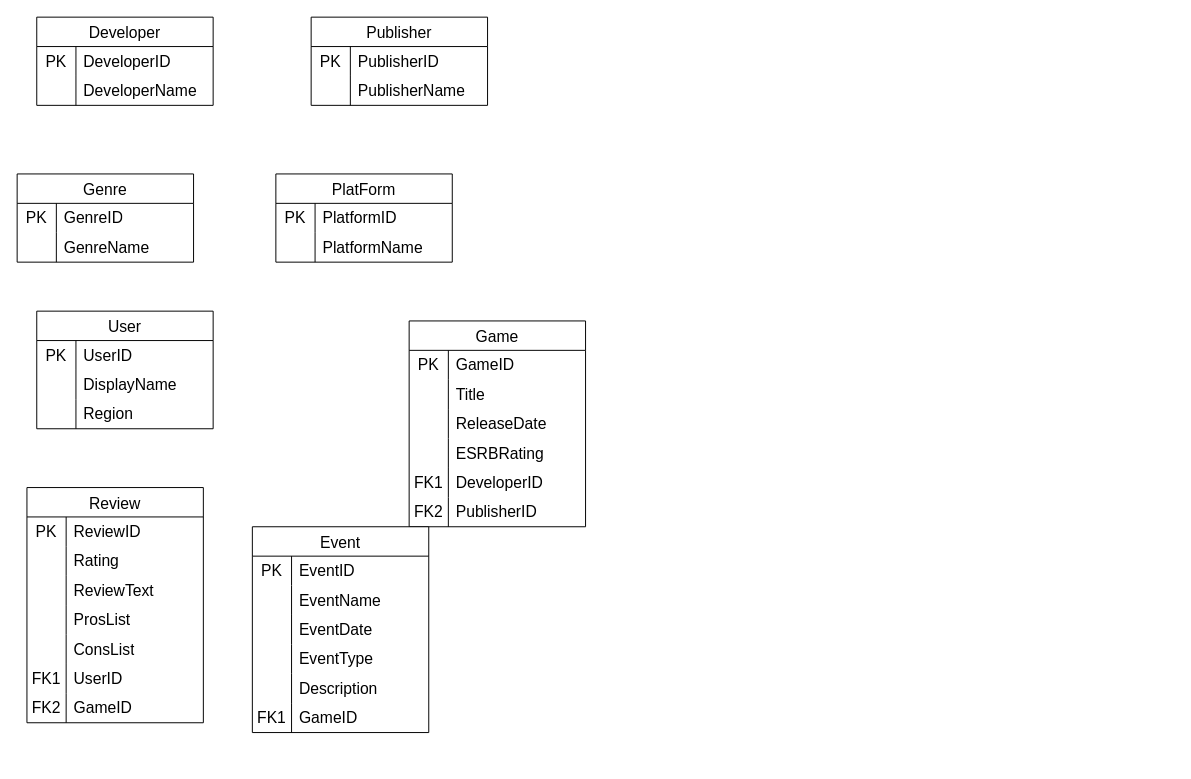
This is Untitled Diagram.drawio from nummy/top, a draw.io file, before an edit. Source tidied: cells renumbered, new cells numbered last; positions are measured from the earlier drawing's top-left corner, leaving out a move shared by most shapes. Both pictures are drawn from the tidied source at 98%, with x=0, y=0 at pixel (17, 17).
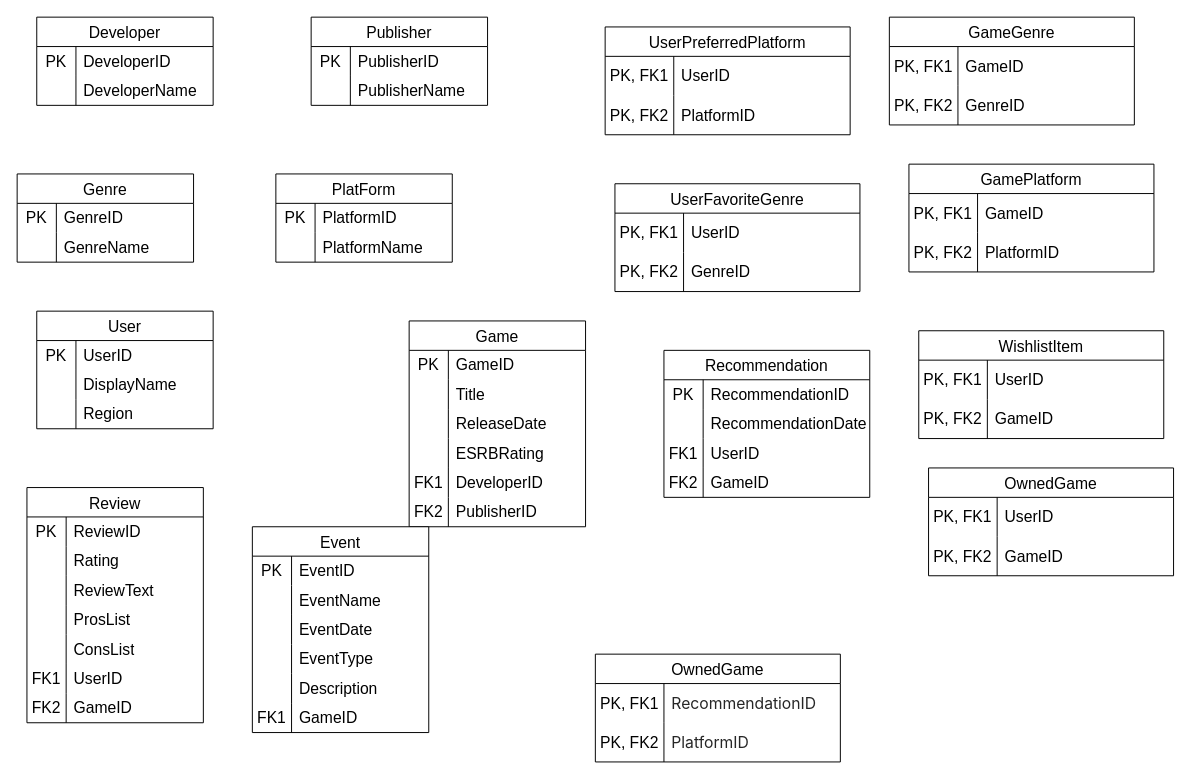
The same page after the edit.

Change to the diagram source:
```diff
@@
+    <mxCell id="101" value="Recommendation" style="shape=table;startSize=30;childLayout=tableLayout;rowLines=0;fontStyle=0;strokeColor=default;fontSize=16;" parent="1" vertex="1">
+      <mxGeometry x="660" y="340" width="210" height="150" as="geometry" />
+    </mxCell>
+    <mxCell id="102" style="shape=tableRow;horizontal=0;startSize=0;swimlaneHead=0;swimlaneBody=0;top=0;left=0;bottom=0;right=0;fillColor=none;strokeColor=inherit;fontSize=16;" parent="101" vertex="1">
+      <mxGeometry y="30" width="210" height="30" as="geometry" />
+    </mxCell>
+    <mxCell id="103" value="PK" style="shape=partialRectangle;html=1;whiteSpace=wrap;fillColor=none;top=0;left=0;bottom=0;right=0;overflow=hidden;strokeColor=inherit;fontSize=16;" parent="102" vertex="1">
+      <mxGeometry width="40" height="30" as="geometry" />
+    </mxCell>
+    <mxCell id="104" value="RecommendationID" style="shape=partialRectangle;html=1;whiteSpace=wrap;fillColor=none;top=0;left=0;bottom=0;right=0;align=left;spacingLeft=6;overflow=hidden;strokeColor=inherit;fontSize=16;" parent="102" vertex="1">
+      <mxGeometry x="40" width="170" height="30" as="geometry" />
+    </mxCell>
+    <mxCell id="105" style="shape=tableRow;horizontal=0;startSize=0;swimlaneHead=0;swimlaneBody=0;top=0;left=0;bottom=0;right=0;fillColor=none;strokeColor=inherit;fontSize=16;" parent="101" vertex="1">
+      <mxGeometry y="60" width="210" height="30" as="geometry" />
+    </mxCell>
+    <mxCell id="106" style="shape=partialRectangle;html=1;whiteSpace=wrap;fillColor=none;top=0;left=0;bottom=0;right=0;overflow=hidden;strokeColor=inherit;fontSize=16;" parent="105" vertex="1">
+      <mxGeometry width="40" height="30" as="geometry" />
+    </mxCell>
+    <mxCell id="107" value="RecommendationDate" style="shape=partialRectangle;html=1;whiteSpace=wrap;fillColor=none;top=0;left=0;bottom=0;right=0;align=left;spacingLeft=6;overflow=hidden;strokeColor=inherit;fontSize=16;" parent="105" vertex="1">
+      <mxGeometry x="40" width="170" height="30" as="geometry" />
+    </mxCell>
+    <mxCell id="108" style="shape=tableRow;horizontal=0;startSize=0;swimlaneHead=0;swimlaneBody=0;top=0;left=0;bottom=0;right=0;fillColor=none;strokeColor=inherit;fontSize=16;" parent="101" vertex="1">
+      <mxGeometry y="90" width="210" height="30" as="geometry" />
+    </mxCell>
+    <mxCell id="109" value="FK1" style="shape=partialRectangle;html=1;whiteSpace=wrap;fillColor=none;top=0;left=0;bottom=0;right=0;overflow=hidden;strokeColor=inherit;fontSize=16;" parent="108" vertex="1">
+      <mxGeometry width="40" height="30" as="geometry" />
+    </mxCell>
+    <mxCell id="110" value="UserID" style="shape=partialRectangle;html=1;whiteSpace=wrap;fillColor=none;top=0;left=0;bottom=0;right=0;align=left;spacingLeft=6;overflow=hidden;strokeColor=inherit;fontSize=16;" parent="108" vertex="1">
+      <mxGeometry x="40" width="170" height="30" as="geometry" />
+    </mxCell>
+    <mxCell id="111" style="shape=tableRow;horizontal=0;startSize=0;swimlaneHead=0;swimlaneBody=0;top=0;left=0;bottom=0;right=0;fillColor=none;strokeColor=inherit;fontSize=16;" parent="101" vertex="1">
+      <mxGeometry y="120" width="210" height="30" as="geometry" />
+    </mxCell>
+    <mxCell id="112" value="FK2" style="shape=partialRectangle;html=1;whiteSpace=wrap;fillColor=none;top=0;left=0;bottom=0;right=0;overflow=hidden;strokeColor=inherit;fontSize=16;" parent="111" vertex="1">
+      <mxGeometry width="40" height="30" as="geometry" />
+    </mxCell>
+    <mxCell id="113" value="GameID" style="shape=partialRectangle;html=1;whiteSpace=wrap;fillColor=none;top=0;left=0;bottom=0;right=0;align=left;spacingLeft=6;overflow=hidden;strokeColor=inherit;fontSize=16;" parent="111" vertex="1">
+      <mxGeometry x="40" width="170" height="30" as="geometry" />
+    </mxCell>
+    <mxCell id="114" value="UserPreferredPlatform" style="shape=table;startSize=30;childLayout=tableLayout;rowLines=0;fontStyle=0;strokeColor=default;fontSize=16;" parent="1" vertex="1">
+      <mxGeometry x="600" y="10" width="250" height="110" as="geometry" />
+    </mxCell>
+    <mxCell id="115" style="shape=tableRow;horizontal=0;startSize=0;swimlaneHead=0;swimlaneBody=0;top=0;left=0;bottom=0;right=0;fillColor=none;strokeColor=inherit;fontSize=16;" parent="114" vertex="1">
+      <mxGeometry y="30" width="250" height="40" as="geometry" />
+    </mxCell>
+    <mxCell id="116" value="PK, FK1" style="shape=partialRectangle;html=1;whiteSpace=wrap;fillColor=none;top=0;left=0;bottom=0;right=0;overflow=hidden;strokeColor=inherit;fontSize=16;" parent="115" vertex="1">
+      <mxGeometry width="70" height="40" as="geometry" />
+    </mxCell>
+    <mxCell id="117" value="UserID" style="shape=partialRectangle;html=1;whiteSpace=wrap;fillColor=none;top=0;left=0;bottom=0;right=0;align=left;spacingLeft=6;overflow=hidden;strokeColor=inherit;fontSize=16;" parent="115" vertex="1">
+      <mxGeometry x="70" width="180" height="40" as="geometry" />
+    </mxCell>
+    <mxCell id="118" style="shape=tableRow;horizontal=0;startSize=0;swimlaneHead=0;swimlaneBody=0;top=0;left=0;bottom=0;right=0;fillColor=none;strokeColor=inherit;fontSize=16;" parent="114" vertex="1">
+      <mxGeometry y="70" width="250" height="40" as="geometry" />
+    </mxCell>
+    <mxCell id="119" value="PK, FK2" style="shape=partialRectangle;html=1;whiteSpace=wrap;fillColor=none;top=0;left=0;bottom=0;right=0;overflow=hidden;strokeColor=inherit;fontSize=16;" parent="118" vertex="1">
+      <mxGeometry width="70" height="40" as="geometry" />
+    </mxCell>
+    <mxCell id="120" value="PlatformID" style="shape=partialRectangle;html=1;whiteSpace=wrap;fillColor=none;top=0;left=0;bottom=0;right=0;align=left;spacingLeft=6;overflow=hidden;strokeColor=inherit;fontSize=16;" parent="118" vertex="1">
+      <mxGeometry x="70" width="180" height="40" as="geometry" />
+    </mxCell>
+    <mxCell id="121" value="UserFavoriteGenre" style="shape=table;startSize=30;childLayout=tableLayout;rowLines=0;fontStyle=0;strokeColor=default;fontSize=16;" parent="1" vertex="1">
+      <mxGeometry x="610" y="170" width="250" height="110" as="geometry" />
+    </mxCell>
+    <mxCell id="122" style="shape=tableRow;horizontal=0;startSize=0;swimlaneHead=0;swimlaneBody=0;top=0;left=0;bottom=0;right=0;fillColor=none;strokeColor=inherit;fontSize=16;" parent="121" vertex="1">
+      <mxGeometry y="30" width="250" height="40" as="geometry" />
+    </mxCell>
+    <mxCell id="123" value="PK, FK1" style="shape=partialRectangle;html=1;whiteSpace=wrap;fillColor=none;top=0;left=0;bottom=0;right=0;overflow=hidden;strokeColor=inherit;fontSize=16;" parent="122" vertex="1">
+      <mxGeometry width="70" height="40" as="geometry" />
+    </mxCell>
+    <mxCell id="124" value="UserID" style="shape=partialRectangle;html=1;whiteSpace=wrap;fillColor=none;top=0;left=0;bottom=0;right=0;align=left;spacingLeft=6;overflow=hidden;strokeColor=inherit;fontSize=16;" parent="122" vertex="1">
+      <mxGeometry x="70" width="180" height="40" as="geometry" />
+    </mxCell>
+    <mxCell id="125" style="shape=tableRow;horizontal=0;startSize=0;swimlaneHead=0;swimlaneBody=0;top=0;left=0;bottom=0;right=0;fillColor=none;strokeColor=inherit;fontSize=16;" parent="121" vertex="1">
+      <mxGeometry y="70" width="250" height="40" as="geometry" />
+    </mxCell>
+    <mxCell id="126" value="PK, FK2" style="shape=partialRectangle;html=1;whiteSpace=wrap;fillColor=none;top=0;left=0;bottom=0;right=0;overflow=hidden;strokeColor=inherit;fontSize=16;" parent="125" vertex="1">
+      <mxGeometry width="70" height="40" as="geometry" />
+    </mxCell>
+    <mxCell id="127" value="GenreID" style="shape=partialRectangle;html=1;whiteSpace=wrap;fillColor=none;top=0;left=0;bottom=0;right=0;align=left;spacingLeft=6;overflow=hidden;strokeColor=inherit;fontSize=16;" parent="125" vertex="1">
+      <mxGeometry x="70" width="180" height="40" as="geometry" />
+    </mxCell>
+    <mxCell id="128" value="GameGenre" style="shape=table;startSize=30;childLayout=tableLayout;rowLines=0;fontStyle=0;strokeColor=default;fontSize=16;" parent="1" vertex="1">
+      <mxGeometry x="890" width="250" height="110" as="geometry" />
+    </mxCell>
+    <mxCell id="129" style="shape=tableRow;horizontal=0;startSize=0;swimlaneHead=0;swimlaneBody=0;top=0;left=0;bottom=0;right=0;fillColor=none;strokeColor=inherit;fontSize=16;" parent="128" vertex="1">
+      <mxGeometry y="30" width="250" height="40" as="geometry" />
+    </mxCell>
+    <mxCell id="130" value="PK, FK1" style="shape=partialRectangle;html=1;whiteSpace=wrap;fillColor=none;top=0;left=0;bottom=0;right=0;overflow=hidden;strokeColor=inherit;fontSize=16;" parent="129" vertex="1">
+      <mxGeometry width="70" height="40" as="geometry" />
+    </mxCell>
+    <mxCell id="131" value="GameID" style="shape=partialRectangle;html=1;whiteSpace=wrap;fillColor=none;top=0;left=0;bottom=0;right=0;align=left;spacingLeft=6;overflow=hidden;strokeColor=inherit;fontSize=16;" parent="129" vertex="1">
+      <mxGeometry x="70" width="180" height="40" as="geometry" />
+    </mxCell>
+    <mxCell id="132" style="shape=tableRow;horizontal=0;startSize=0;swimlaneHead=0;swimlaneBody=0;top=0;left=0;bottom=0;right=0;fillColor=none;strokeColor=inherit;fontSize=16;" parent="128" vertex="1">
+      <mxGeometry y="70" width="250" height="40" as="geometry" />
+    </mxCell>
+    <mxCell id="133" value="PK, FK2" style="shape=partialRectangle;html=1;whiteSpace=wrap;fillColor=none;top=0;left=0;bottom=0;right=0;overflow=hidden;strokeColor=inherit;fontSize=16;" parent="132" vertex="1">
+      <mxGeometry width="70" height="40" as="geometry" />
+    </mxCell>
+    <mxCell id="134" value="GenreID" style="shape=partialRectangle;html=1;whiteSpace=wrap;fillColor=none;top=0;left=0;bottom=0;right=0;align=left;spacingLeft=6;overflow=hidden;strokeColor=inherit;fontSize=16;" parent="132" vertex="1">
+      <mxGeometry x="70" width="180" height="40" as="geometry" />
+    </mxCell>
+    <mxCell id="135" value="GamePlatform" style="shape=table;startSize=30;childLayout=tableLayout;rowLines=0;fontStyle=0;strokeColor=default;fontSize=16;" parent="1" vertex="1">
+      <mxGeometry x="910" y="150" width="250" height="110" as="geometry" />
+    </mxCell>
+    <mxCell id="136" style="shape=tableRow;horizontal=0;startSize=0;swimlaneHead=0;swimlaneBody=0;top=0;left=0;bottom=0;right=0;fillColor=none;strokeColor=inherit;fontSize=16;" parent="135" vertex="1">
+      <mxGeometry y="30" width="250" height="40" as="geometry" />
+    </mxCell>
+    <mxCell id="137" value="PK, FK1" style="shape=partialRectangle;html=1;whiteSpace=wrap;fillColor=none;top=0;left=0;bottom=0;right=0;overflow=hidden;strokeColor=inherit;fontSize=16;" parent="136" vertex="1">
+      <mxGeometry width="70" height="40" as="geometry" />
+    </mxCell>
+    <mxCell id="138" value="GameID" style="shape=partialRectangle;html=1;whiteSpace=wrap;fillColor=none;top=0;left=0;bottom=0;right=0;align=left;spacingLeft=6;overflow=hidden;strokeColor=inherit;fontSize=16;" parent="136" vertex="1">
+      <mxGeometry x="70" width="180" height="40" as="geometry" />
+    </mxCell>
+    <mxCell id="139" style="shape=tableRow;horizontal=0;startSize=0;swimlaneHead=0;swimlaneBody=0;top=0;left=0;bottom=0;right=0;fillColor=none;strokeColor=inherit;fontSize=16;" parent="135" vertex="1">
+      <mxGeometry y="70" width="250" height="40" as="geometry" />
+    </mxCell>
+    <mxCell id="140" value="PK, FK2" style="shape=partialRectangle;html=1;whiteSpace=wrap;fillColor=none;top=0;left=0;bottom=0;right=0;overflow=hidden;strokeColor=inherit;fontSize=16;" parent="139" vertex="1">
+      <mxGeometry width="70" height="40" as="geometry" />
+    </mxCell>
+    <mxCell id="141" value="PlatformID" style="shape=partialRectangle;html=1;whiteSpace=wrap;fillColor=none;top=0;left=0;bottom=0;right=0;align=left;spacingLeft=6;overflow=hidden;strokeColor=inherit;fontSize=16;" parent="139" vertex="1">
+      <mxGeometry x="70" width="180" height="40" as="geometry" />
+    </mxCell>
+    <mxCell id="142" value="WishlistItem" style="shape=table;startSize=30;childLayout=tableLayout;rowLines=0;fontStyle=0;strokeColor=default;fontSize=16;" parent="1" vertex="1">
+      <mxGeometry x="920" y="320" width="250" height="110" as="geometry" />
+    </mxCell>
+    <mxCell id="143" style="shape=tableRow;horizontal=0;startSize=0;swimlaneHead=0;swimlaneBody=0;top=0;left=0;bottom=0;right=0;fillColor=none;strokeColor=inherit;fontSize=16;" parent="142" vertex="1">
+      <mxGeometry y="30" width="250" height="40" as="geometry" />
+    </mxCell>
+    <mxCell id="144" value="PK, FK1" style="shape=partialRectangle;html=1;whiteSpace=wrap;fillColor=none;top=0;left=0;bottom=0;right=0;overflow=hidden;strokeColor=inherit;fontSize=16;" parent="143" vertex="1">
+      <mxGeometry width="70" height="40" as="geometry" />
+    </mxCell>
+    <mxCell id="145" value="UserID" style="shape=partialRectangle;html=1;whiteSpace=wrap;fillColor=none;top=0;left=0;bottom=0;right=0;align=left;spacingLeft=6;overflow=hidden;strokeColor=inherit;fontSize=16;" parent="143" vertex="1">
+      <mxGeometry x="70" width="180" height="40" as="geometry" />
+    </mxCell>
+    <mxCell id="146" style="shape=tableRow;horizontal=0;startSize=0;swimlaneHead=0;swimlaneBody=0;top=0;left=0;bottom=0;right=0;fillColor=none;strokeColor=inherit;fontSize=16;" parent="142" vertex="1">
+      <mxGeometry y="70" width="250" height="40" as="geometry" />
+    </mxCell>
+    <mxCell id="147" value="PK, FK2" style="shape=partialRectangle;html=1;whiteSpace=wrap;fillColor=none;top=0;left=0;bottom=0;right=0;overflow=hidden;strokeColor=inherit;fontSize=16;" parent="146" vertex="1">
+      <mxGeometry width="70" height="40" as="geometry" />
+    </mxCell>
+    <mxCell id="148" value="GameID" style="shape=partialRectangle;html=1;whiteSpace=wrap;fillColor=none;top=0;left=0;bottom=0;right=0;align=left;spacingLeft=6;overflow=hidden;strokeColor=inherit;fontSize=16;" parent="146" vertex="1">
+      <mxGeometry x="70" width="180" height="40" as="geometry" />
+    </mxCell>
+    <mxCell id="149" value="OwnedGame" style="shape=table;startSize=30;childLayout=tableLayout;rowLines=0;fontStyle=0;strokeColor=default;fontSize=16;" parent="1" vertex="1">
+      <mxGeometry x="930" y="460" width="250" height="110" as="geometry" />
+    </mxCell>
+    <mxCell id="150" style="shape=tableRow;horizontal=0;startSize=0;swimlaneHead=0;swimlaneBody=0;top=0;left=0;bottom=0;right=0;fillColor=none;strokeColor=inherit;fontSize=16;" parent="149" vertex="1">
+      <mxGeometry y="30" width="250" height="40" as="geometry" />
+    </mxCell>
+    <mxCell id="151" value="PK, FK1" style="shape=partialRectangle;html=1;whiteSpace=wrap;fillColor=none;top=0;left=0;bottom=0;right=0;overflow=hidden;strokeColor=inherit;fontSize=16;" parent="150" vertex="1">
+      <mxGeometry width="70" height="40" as="geometry" />
+    </mxCell>
+    <mxCell id="152" value="UserID" style="shape=partialRectangle;html=1;whiteSpace=wrap;fillColor=none;top=0;left=0;bottom=0;right=0;align=left;spacingLeft=6;overflow=hidden;strokeColor=inherit;fontSize=16;" parent="150" vertex="1">
+      <mxGeometry x="70" width="180" height="40" as="geometry" />
+    </mxCell>
+    <mxCell id="153" style="shape=tableRow;horizontal=0;startSize=0;swimlaneHead=0;swimlaneBody=0;top=0;left=0;bottom=0;right=0;fillColor=none;strokeColor=inherit;fontSize=16;" parent="149" vertex="1">
+      <mxGeometry y="70" width="250" height="40" as="geometry" />
+    </mxCell>
+    <mxCell id="154" value="PK, FK2" style="shape=partialRectangle;html=1;whiteSpace=wrap;fillColor=none;top=0;left=0;bottom=0;right=0;overflow=hidden;strokeColor=inherit;fontSize=16;" parent="153" vertex="1">
+      <mxGeometry width="70" height="40" as="geometry" />
+    </mxCell>
+    <mxCell id="155" value="GameID" style="shape=partialRectangle;html=1;whiteSpace=wrap;fillColor=none;top=0;left=0;bottom=0;right=0;align=left;spacingLeft=6;overflow=hidden;strokeColor=inherit;fontSize=16;" parent="153" vertex="1">
+      <mxGeometry x="70" width="180" height="40" as="geometry" />
+    </mxCell>
+    <mxCell id="156" value="OwnedGame" style="shape=table;startSize=30;childLayout=tableLayout;rowLines=0;fontStyle=0;strokeColor=default;fontSize=16;" parent="1" vertex="1">
+      <mxGeometry x="590" y="650" width="250" height="110" as="geometry" />
+    </mxCell>
+    <mxCell id="157" style="shape=tableRow;horizontal=0;startSize=0;swimlaneHead=0;swimlaneBody=0;top=0;left=0;bottom=0;right=0;fillColor=none;strokeColor=inherit;fontSize=16;" parent="156" vertex="1">
+      <mxGeometry y="30" width="250" height="40" as="geometry" />
+    </mxCell>
+    <mxCell id="158" value="PK, FK1" style="shape=partialRectangle;html=1;whiteSpace=wrap;fillColor=none;top=0;left=0;bottom=0;right=0;overflow=hidden;strokeColor=inherit;fontSize=16;" parent="157" vertex="1">
+      <mxGeometry width="70" height="40" as="geometry" />
+    </mxCell>
+    <mxCell id="159" value="&lt;span style=&quot;color: rgba(0, 0, 0, 0.85); font-family: Inter, -apple-system, BlinkMacSystemFont, &amp;quot;Segoe UI&amp;quot;, &amp;quot;PingFang SC&amp;quot;, &amp;quot;Hiragino Sans GB&amp;quot;, &amp;quot;Microsoft YaHei&amp;quot;, &amp;quot;Helvetica Neue&amp;quot;, Helvetica, Arial, sans-serif; background-color: rgb(255, 255, 255);&quot;&gt;RecommendationID&lt;/span&gt;" style="shape=partialRectangle;html=1;whiteSpace=wrap;fillColor=none;top=0;left=0;bottom=0;right=0;align=left;spacingLeft=6;overflow=hidden;strokeColor=inherit;fontSize=16;" parent="157" vertex="1">
+      <mxGeometry x="70" width="180" height="40" as="geometry" />
+    </mxCell>
+    <mxCell id="160" style="shape=tableRow;horizontal=0;startSize=0;swimlaneHead=0;swimlaneBody=0;top=0;left=0;bottom=0;right=0;fillColor=none;strokeColor=inherit;fontSize=16;" parent="156" vertex="1">
+      <mxGeometry y="70" width="250" height="40" as="geometry" />
+    </mxCell>
+    <mxCell id="161" value="PK, FK2" style="shape=partialRectangle;html=1;whiteSpace=wrap;fillColor=none;top=0;left=0;bottom=0;right=0;overflow=hidden;strokeColor=inherit;fontSize=16;" parent="160" vertex="1">
+      <mxGeometry width="70" height="40" as="geometry" />
+    </mxCell>
+    <mxCell id="162" value="&lt;span style=&quot;color: rgba(0, 0, 0, 0.85); font-family: Inter, -apple-system, BlinkMacSystemFont, &amp;quot;Segoe UI&amp;quot;, &amp;quot;PingFang SC&amp;quot;, &amp;quot;Hiragino Sans GB&amp;quot;, &amp;quot;Microsoft YaHei&amp;quot;, &amp;quot;Helvetica Neue&amp;quot;, Helvetica, Arial, sans-serif; background-color: rgb(255, 255, 255);&quot;&gt;PlatformID&lt;/span&gt;" style="shape=partialRectangle;html=1;whiteSpace=wrap;fillColor=none;top=0;left=0;bottom=0;right=0;align=left;spacingLeft=6;overflow=hidden;strokeColor=inherit;fontSize=16;" parent="160" vertex="1">
+      <mxGeometry x="70" width="180" height="40" as="geometry" />
+    </mxCell>
```
